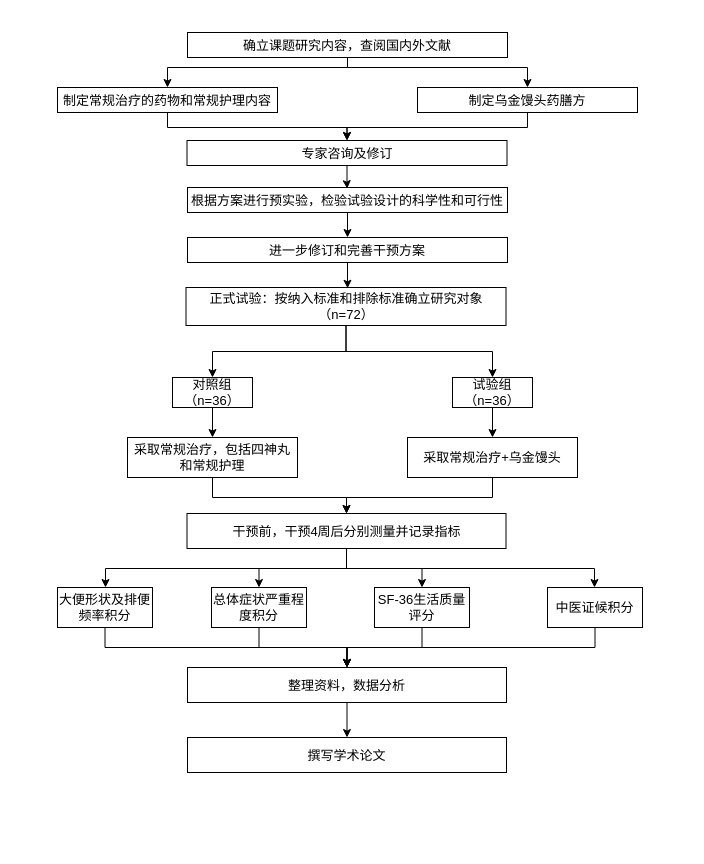
1477619915/ranyou keeps this draw.io diagram as 乌金馒头药膳.drawio. Above is the earlier version. Source tidied: cells renumbered, new cells numbered last; positions are measured from the earlier drawing's top-left corner, leaving out a move shared by most shapes. Both pictures are drawn from the tidied source at 100%, with x=0, y=0 at pixel (17, 17).
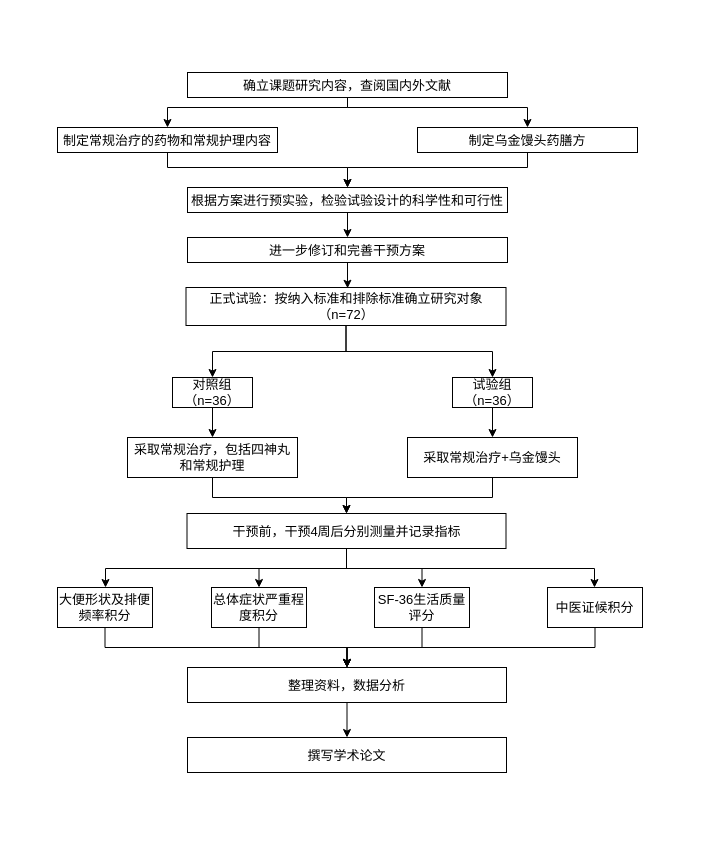
After the change.

Commit message:
更新乌金馒头药膳.drawio

Unchanged cells that the change refers to:
```xml
<mxCell id="8" value="根据方案进行预实验，检验试验设计的科学性和可行性" style="rounded=0;whiteSpace=wrap;html=1;fontSize=13;fontFamily=宋体;" parent="1" vertex="1">
  <mxGeometry x="170" y="170" width="320" height="25" as="geometry" />
</mxCell>
```

The edit, as a diff of the source:
```diff
@@
     <mxCell id="2" value="&amp;nbsp;" style="text;html=1;align=center;verticalAlign=middle;whiteSpace=wrap;rounded=0;fontSize=13;" parent="1" vertex="1">
-      <mxGeometry width="670" height="790" as="geometry" />
+      <mxGeometry y="40" width="670" height="790" as="geometry" />
     </mxCell>
     <mxCell id="3" style="edgeStyle=orthogonalEdgeStyle;rounded=0;jettySize=auto;html=1;fontSize=13;" parent="1" edge="1" source="5" target="38">
       <mxGeometry relative="1" as="geometry">
         <Array as="points">
-          <mxPoint x="330" y="50" />
-          <mxPoint x="150" y="50" />
+          <mxPoint x="330" y="90" />
+          <mxPoint x="150" y="90" />
         </Array>
       </mxGeometry>
     </mxCell>
     <mxCell id="4" style="edgeStyle=orthogonalEdgeStyle;rounded=0;jettySize=auto;html=1;fontSize=13;" parent="1" edge="1" source="5" target="40">
       <mxGeometry relative="1" as="geometry">
         <Array as="points">
-          <mxPoint x="330" y="50" />
-          <mxPoint x="510" y="50" />
+          <mxPoint x="330" y="90" />
+          <mxPoint x="510" y="90" />
         </Array>
       </mxGeometry>
     </mxCell>
     <mxCell id="5" value="&lt;font&gt;确立课题研究内容，查阅国内外文献&lt;/font&gt;" style="rounded=0;whiteSpace=wrap;html=1;fontSize=13;fontFamily=宋体;" parent="1" vertex="1">
-      <mxGeometry x="170" y="15" width="320" height="25" as="geometry" />
+      <mxGeometry x="170" y="55" width="320" height="25" as="geometry" />
     </mxCell>
-    <mxCell id="6" value="&lt;font&gt;专家咨询及修订&lt;/font&gt;" style="rounded=0;whiteSpace=wrap;html=1;fontSize=13;fontFamily=宋体;" parent="1" vertex="1">
-      <mxGeometry x="169.5" y="123" width="320" height="25" as="geometry" />
-    </mxCell>
@@
-    <mxCell id="37" style="edgeStyle=orthogonalEdgeStyle;rounded=0;jettySize=auto;html=1;entryX=0.5;entryY=0;entryDx=0;entryDy=0;fontSize=13;" parent="1" edge="1" source="38" target="6">
+    <mxCell id="37" style="edgeStyle=orthogonalEdgeStyle;rounded=0;jettySize=auto;html=1;entryX=0.5;entryY=0;entryDx=0;entryDy=0;fontSize=13;" parent="1" edge="1" source="38" target="8">
       <mxGeometry relative="1" as="geometry">
         <Array as="points">
-          <mxPoint x="150" y="110" />
-          <mxPoint x="330" y="110" />
+          <mxPoint x="150" y="150" />
+          <mxPoint x="330" y="150" />
         </Array>
       </mxGeometry>
     </mxCell>
     <mxCell id="38" value="&lt;font&gt;制定常规治疗的药物和常规护理内容&lt;/font&gt;" style="rounded=0;whiteSpace=wrap;html=1;fontSize=13;fontFamily=宋体;" parent="1" vertex="1">
-      <mxGeometry x="40" y="70" width="220" height="25" as="geometry" />
+      <mxGeometry x="40" y="110" width="220" height="25" as="geometry" />
     </mxCell>
-    <mxCell id="39" style="edgeStyle=orthogonalEdgeStyle;rounded=0;jettySize=auto;html=1;entryX=0.5;entryY=0;entryDx=0;entryDy=0;fontSize=13;" parent="1" edge="1" source="40" target="6">
+    <mxCell id="39" style="edgeStyle=orthogonalEdgeStyle;rounded=0;jettySize=auto;html=1;entryX=0.5;entryY=0;entryDx=0;entryDy=0;fontSize=13;" parent="1" edge="1" source="40" target="8">
       <mxGeometry relative="1" as="geometry">
         <Array as="points">
-          <mxPoint x="510" y="110" />
-          <mxPoint x="330" y="110" />
+          <mxPoint x="510" y="150" />
+          <mxPoint x="330" y="150" />
         </Array>
       </mxGeometry>
     </mxCell>
     <mxCell id="40" value="&lt;font&gt;制定乌金馒头药膳方&lt;/font&gt;" style="rounded=0;whiteSpace=wrap;html=1;fontSize=13;fontFamily=宋体;" parent="1" vertex="1">
-      <mxGeometry x="400" y="70" width="220" height="25" as="geometry" />
+      <mxGeometry x="400" y="110" width="220" height="25" as="geometry" />
     </mxCell>
-    <mxCell id="41" style="edgeStyle=orthogonalEdgeStyle;rounded=0;jettySize=auto;html=1;entryX=0.499;entryY=0.046;entryDx=0;entryDy=0;entryPerimeter=0;fontSize=13;" parent="1" edge="1" source="6" target="8">
-      <mxGeometry relative="1" as="geometry">
-        <Array as="points">
-          <mxPoint x="330" y="168" />
-          <mxPoint x="330" y="168" />
-        </Array>
-      </mxGeometry>
-    </mxCell>
```
